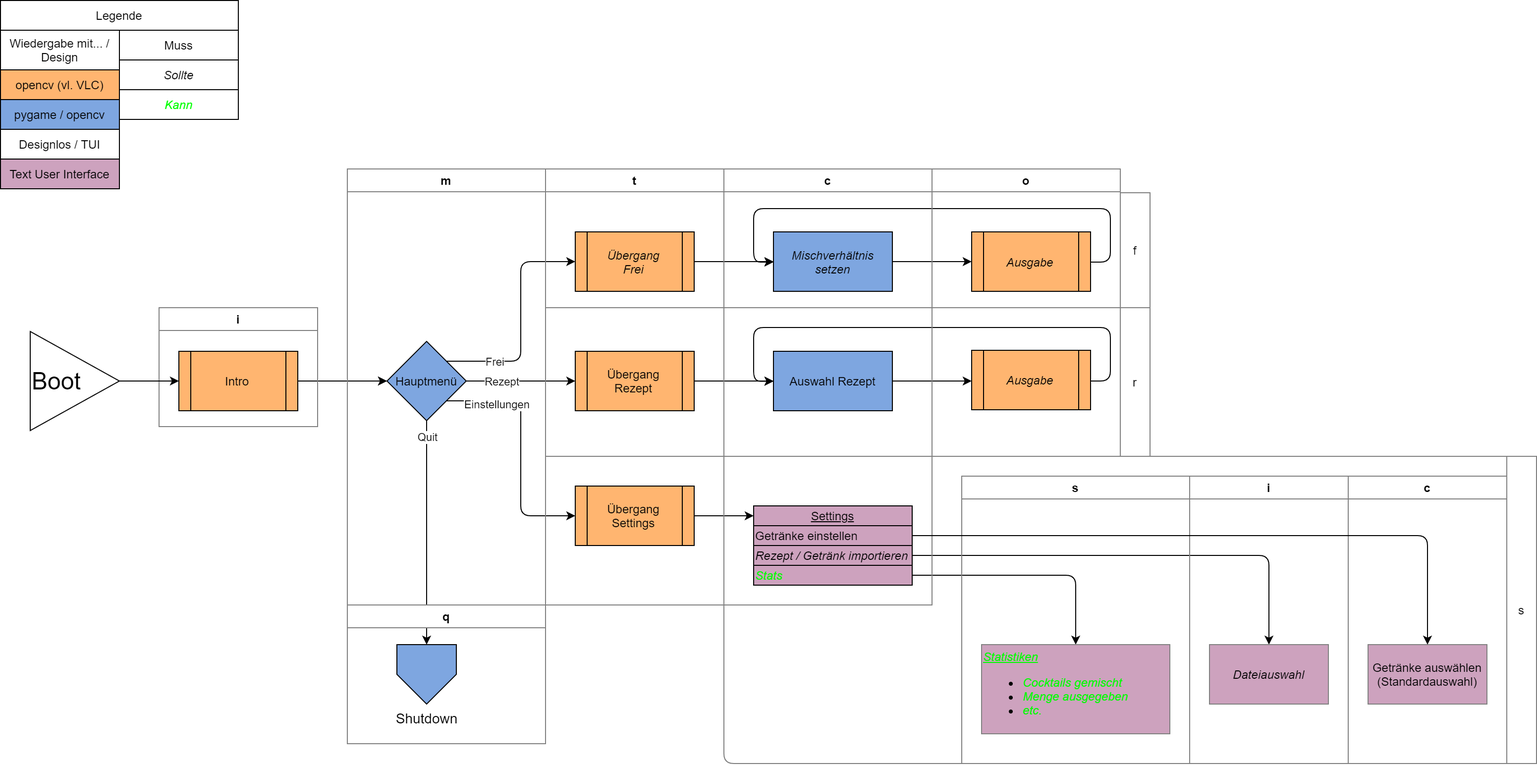
The draw.io diagram documentation/Sourcecode + System/Programmablauf/Programmablauf-Main.png in zauberwild/PaAmEsTiA, before a commit. Source tidied: cells renumbered, new cells last; positions are measured from the earlier drawing's top-left corner, leaving out a move shared by most shapes. The source it was exported from:
```xml
<mxGraphModel background="#ffffff">
  <root>
    <mxCell id="0" />
    <mxCell id="1" parent="0" />
    <mxCell id="2" value="&lt;font style=&quot;font-size: 24px&quot;&gt;Boot&lt;/font&gt;" style="triangle;whiteSpace=wrap;html=1;align=left;" parent="1" vertex="1">
      <mxGeometry x="30" y="334" width="90" height="100" as="geometry" />
    </mxCell>
    <mxCell id="3" style="edgeStyle=orthogonalEdgeStyle;jettySize=auto;html=1;exitX=1;exitY=0.5;exitDx=0;exitDy=0;entryX=0;entryY=0.5;entryDx=0;entryDy=0;" parent="1" edge="1" source="5" target="17">
      <mxGeometry relative="1" as="geometry" />
    </mxCell>
    <mxCell id="4" style="edgeStyle=orthogonalEdgeStyle;jettySize=auto;html=1;" parent="1" edge="1" source="5" target="17">
      <mxGeometry relative="1" as="geometry" />
    </mxCell>
    <mxCell id="5" value="Intro" style="shape=process;whiteSpace=wrap;html=1;backgroundOutline=1;fillColor=#FFB570;" parent="1" vertex="1">
      <mxGeometry x="180" y="354" width="120" height="60" as="geometry" />
    </mxCell>
    <mxCell id="6" value="Wiedergabe mit... / Design" style="whiteSpace=wrap;html=1;fillColor=#FFFFFF;" parent="1" vertex="1">
      <mxGeometry y="30" width="120" height="40" as="geometry" />
    </mxCell>
    <mxCell id="7" value="opencv (vl. VLC)" style="whiteSpace=wrap;html=1;fillColor=#FFB570;" parent="1" vertex="1">
      <mxGeometry y="70" width="120" height="30" as="geometry" />
    </mxCell>
    <mxCell id="8" value="pygame / opencv" style="whiteSpace=wrap;html=1;fillColor=#7EA6E0;" parent="1" vertex="1">
      <mxGeometry y="100" width="120" height="30" as="geometry" />
    </mxCell>
    <mxCell id="9" style="edgeStyle=orthogonalEdgeStyle;jettySize=auto;html=1;exitX=0.5;exitY=1;exitDx=0;exitDy=0;entryX=0.5;entryY=0;entryDx=0;entryDy=0;" parent="1" edge="1" source="17">
      <mxGeometry relative="1" as="geometry">
        <mxPoint x="430" y="650" as="targetPoint" />
      </mxGeometry>
    </mxCell>
    <mxCell id="10" value="Quit" style="edgeLabel;html=1;align=center;verticalAlign=middle;" parent="9" vertex="1">
      <mxGeometry x="-0.4" y="5" relative="1" as="geometry">
        <mxPoint x="-5" y="-52" as="offset" />
      </mxGeometry>
    </mxCell>
    <mxCell id="11" style="edgeStyle=orthogonalEdgeStyle;jettySize=auto;html=1;exitX=1;exitY=0.5;exitDx=0;exitDy=0;entryX=0;entryY=0.5;entryDx=0;entryDy=0;" parent="1" edge="1" source="17" target="19">
      <mxGeometry relative="1" as="geometry" />
    </mxCell>
    <mxCell id="12" value="Rezept" style="edgeLabel;html=1;align=center;verticalAlign=middle;" parent="11" vertex="1">
      <mxGeometry x="-0.35" relative="1" as="geometry" />
    </mxCell>
    <mxCell id="13" style="edgeStyle=orthogonalEdgeStyle;jettySize=auto;html=1;exitX=1;exitY=1;exitDx=0;exitDy=0;entryX=0;entryY=0.5;entryDx=0;entryDy=0;" parent="1" edge="1" source="17" target="23">
      <mxGeometry relative="1" as="geometry" />
    </mxCell>
    <mxCell id="14" value="Einstellungen" style="edgeLabel;html=1;align=center;verticalAlign=middle;" parent="13" vertex="1">
      <mxGeometry x="-0.8" y="-3" relative="1" as="geometry">
        <mxPoint x="25.9" as="offset" />
      </mxGeometry>
    </mxCell>
    <mxCell id="15" style="edgeStyle=orthogonalEdgeStyle;jettySize=auto;html=1;exitX=1;exitY=0;exitDx=0;exitDy=0;entryX=0;entryY=0.5;entryDx=0;entryDy=0;" parent="1" edge="1" source="17" target="21">
      <mxGeometry relative="1" as="geometry" />
    </mxCell>
    <mxCell id="16" value="Frei" style="edgeLabel;html=1;align=center;verticalAlign=middle;" parent="15" vertex="1">
      <mxGeometry x="-0.58" relative="1" as="geometry" />
    </mxCell>
    <mxCell id="17" value="Hauptmenü" style="rhombus;whiteSpace=wrap;html=1;fillColor=#7EA6E0;" parent="1" vertex="1">
      <mxGeometry x="390" y="344" width="80" height="80" as="geometry" />
    </mxCell>
    <mxCell id="18" style="edgeStyle=orthogonalEdgeStyle;jettySize=auto;html=1;" parent="1" edge="1" source="19" target="25">
      <mxGeometry relative="1" as="geometry" />
    </mxCell>
    <mxCell id="19" value="Übergang Rezept" style="shape=process;whiteSpace=wrap;html=1;backgroundOutline=1;fillColor=#FFB570;" parent="1" vertex="1">
      <mxGeometry x="580" y="354" width="120" height="60" as="geometry" />
    </mxCell>
    <mxCell id="20" style="edgeStyle=orthogonalEdgeStyle;jettySize=auto;html=1;exitX=1;exitY=0.5;exitDx=0;exitDy=0;entryX=0;entryY=0.5;entryDx=0;entryDy=0;" parent="1" edge="1" source="21" target="28">
      <mxGeometry relative="1" as="geometry" />
    </mxCell>
    <mxCell id="21" value="&lt;i&gt;Übergang&lt;br&gt;Frei&lt;/i&gt;" style="shape=process;whiteSpace=wrap;html=1;backgroundOutline=1;fillColor=#FFB570;" parent="1" vertex="1">
      <mxGeometry x="580" y="233.5" width="120" height="60" as="geometry" />
    </mxCell>
    <mxCell id="22" style="edgeStyle=orthogonalEdgeStyle;jettySize=auto;html=1;" parent="1" edge="1" source="23" target="43">
      <mxGeometry relative="1" as="geometry" />
    </mxCell>
    <mxCell id="23" value="Übergang Settings" style="shape=process;whiteSpace=wrap;html=1;backgroundOutline=1;fillColor=#FFB570;" parent="1" vertex="1">
      <mxGeometry x="580" y="490" width="120" height="60" as="geometry" />
    </mxCell>
    <mxCell id="24" style="edgeStyle=orthogonalEdgeStyle;jettySize=auto;html=1;" parent="1" edge="1" source="25">
      <mxGeometry relative="1" as="geometry">
        <mxPoint x="980" y="384" as="targetPoint" />
      </mxGeometry>
    </mxCell>
    <mxCell id="25" value="Auswahl Rezept" style="whiteSpace=wrap;html=1;fillColor=#7EA6E0;" parent="1" vertex="1">
      <mxGeometry x="780" y="354" width="120" height="60" as="geometry" />
    </mxCell>
    <mxCell id="26" style="edgeStyle=orthogonalEdgeStyle;orthogonalLoop=1;jettySize=auto;html=1;exitX=1;exitY=0.5;exitDx=0;exitDy=0;strokeColor=#000000;" parent="1" edge="1">
      <mxGeometry relative="1" as="geometry">
        <mxPoint x="1100" y="384" as="sourcePoint" />
        <mxPoint x="780" y="384.3" as="targetPoint" />
        <Array as="points">
          <mxPoint x="1120" y="384" />
          <mxPoint x="1120" y="330" />
          <mxPoint x="760" y="330" />
          <mxPoint x="760" y="384" />
        </Array>
      </mxGeometry>
    </mxCell>
    <mxCell id="27" style="edgeStyle=orthogonalEdgeStyle;jettySize=auto;html=1;" parent="1" edge="1" source="28">
      <mxGeometry relative="1" as="geometry">
        <mxPoint x="980" y="263.5" as="targetPoint" />
      </mxGeometry>
    </mxCell>
    <mxCell id="28" value="&lt;i&gt;Mischverhältnis setzen&lt;/i&gt;" style="whiteSpace=wrap;html=1;fillColor=#7EA6E0;" parent="1" vertex="1">
      <mxGeometry x="780" y="233.5" width="120" height="60" as="geometry" />
    </mxCell>
    <mxCell id="29" value="Legende" style="whiteSpace=wrap;html=1;fillColor=#FFFFFF;" parent="1" vertex="1">
      <mxGeometry width="240" height="30" as="geometry" />
    </mxCell>
    <mxCell id="30" value="&lt;i&gt;&lt;font color=&quot;#00ff00&quot;&gt;Kann&lt;/font&gt;&lt;/i&gt;" style="whiteSpace=wrap;html=1;fillColor=#FFFFFF;" parent="1" vertex="1">
      <mxGeometry x="120" y="90" width="120" height="30" as="geometry" />
    </mxCell>
    <mxCell id="31" value="&lt;i&gt;Sollte&lt;/i&gt;" style="whiteSpace=wrap;html=1;fillColor=#FFFFFF;" parent="1" vertex="1">
      <mxGeometry x="120" y="60" width="120" height="30" as="geometry" />
    </mxCell>
    <mxCell id="32" style="edgeStyle=orthogonalEdgeStyle;jettySize=auto;html=1;exitX=1;exitY=0.5;exitDx=0;exitDy=0;entryX=0.5;entryY=0;entryDx=0;entryDy=0;strokeColor=#000000;" parent="1" edge="1" source="40" target="56">
      <mxGeometry relative="1" as="geometry" />
    </mxCell>
    <mxCell id="33" style="edgeStyle=orthogonalEdgeStyle;jettySize=auto;html=1;exitX=1;exitY=0.5;exitDx=0;exitDy=0;entryX=0.5;entryY=0;entryDx=0;entryDy=0;strokeColor=#000000;" parent="1" edge="1" source="42" target="53">
      <mxGeometry relative="1" as="geometry" />
    </mxCell>
    <mxCell id="34" value="Muss" style="whiteSpace=wrap;html=1;fillColor=#FFFFFF;" parent="1" vertex="1">
      <mxGeometry x="120" y="30" width="120" height="30" as="geometry" />
    </mxCell>
    <mxCell id="35" value="i" style="swimlane;shadow=0;strokeColor=#808080;fillColor=none;" parent="1" vertex="1">
      <mxGeometry x="160" y="310" width="160" height="120" as="geometry" />
    </mxCell>
    <mxCell id="36" value="m" style="swimlane;shadow=0;strokeColor=#808080;fillColor=none;" parent="1" vertex="1">
      <mxGeometry x="350" y="170" width="200" height="440" as="geometry" />
    </mxCell>
    <mxCell id="37" value="t" style="swimlane;shadow=0;strokeColor=#808080;fillColor=none;" parent="1" vertex="1">
      <mxGeometry x="550" y="170" width="180" height="440" as="geometry" />
    </mxCell>
    <mxCell id="38" value="c" style="swimlane;shadow=0;strokeColor=#808080;fillColor=none;" parent="1" vertex="1">
      <mxGeometry x="730" y="170" width="210" height="440" as="geometry" />
    </mxCell>
    <mxCell id="39" style="edgeStyle=orthogonalEdgeStyle;orthogonalLoop=1;jettySize=auto;html=1;exitX=1;exitY=0.5;exitDx=0;exitDy=0;strokeColor=#000000;" parent="38" edge="1">
      <mxGeometry relative="1" as="geometry">
        <mxPoint x="370" y="94" as="sourcePoint" />
        <mxPoint x="50" y="94" as="targetPoint" />
        <Array as="points">
          <mxPoint x="390" y="94" />
          <mxPoint x="390" y="40" />
          <mxPoint x="30" y="40" />
          <mxPoint x="30" y="94" />
        </Array>
      </mxGeometry>
    </mxCell>
    <mxCell id="40" value="&lt;i&gt;Rezept / Getränk&amp;nbsp;importieren&lt;/i&gt;" style="whiteSpace=wrap;html=1;fillColor=#CDA2BE;align=left;" parent="38" vertex="1">
      <mxGeometry x="30" y="380" width="160" height="20" as="geometry" />
    </mxCell>
    <mxCell id="41" value="Getränke einstellen" style="whiteSpace=wrap;html=1;fillColor=#CDA2BE;align=left;" parent="38" vertex="1">
      <mxGeometry x="30" y="360" width="160" height="20" as="geometry" />
    </mxCell>
    <mxCell id="42" value="&lt;i&gt;&lt;font color=&quot;#00ff00&quot;&gt;Stats&lt;/font&gt;&lt;/i&gt;" style="whiteSpace=wrap;html=1;fillColor=#CDA2BE;align=left;" parent="38" vertex="1">
      <mxGeometry x="30" y="400" width="160" height="20" as="geometry" />
    </mxCell>
    <mxCell id="43" value="&lt;u&gt;Settings&lt;/u&gt;" style="whiteSpace=wrap;html=1;fillColor=#CDA2BE;" parent="38" vertex="1">
      <mxGeometry x="30" y="340" width="160" height="20" as="geometry" />
    </mxCell>
    <mxCell id="44" value="o" style="swimlane;shadow=0;strokeColor=#808080;fillColor=none;" parent="1" vertex="1">
      <mxGeometry x="940" y="170" width="190" height="290" as="geometry" />
    </mxCell>
    <mxCell id="45" value="&lt;i&gt;Ausgabe&lt;/i&gt;" style="shape=process;whiteSpace=wrap;html=1;backgroundOutline=1;fillColor=#FFB570;" parent="44" vertex="1">
      <mxGeometry x="40" y="63.5" width="120" height="60" as="geometry" />
    </mxCell>
    <mxCell id="46" value="&lt;i&gt;Ausgabe&lt;/i&gt;" style="shape=process;whiteSpace=wrap;html=1;backgroundOutline=1;fillColor=#FFB570;" parent="44" vertex="1">
      <mxGeometry x="40" y="183" width="120" height="60" as="geometry" />
    </mxCell>
    <mxCell id="47" style="endArrow=none;html=1;strokeColor=#808080;" parent="1" edge="1">
      <mxGeometry relative="1" as="geometry">
        <mxPoint x="550" y="310" as="sourcePoint" />
        <mxPoint x="1130" y="310" as="targetPoint" />
      </mxGeometry>
    </mxCell>
    <mxCell id="48" style="endArrow=none;html=1;strokeColor=#808080;" parent="1" edge="1">
      <mxGeometry relative="1" as="geometry">
        <mxPoint x="550" y="460" as="sourcePoint" />
        <mxPoint x="940" y="460" as="targetPoint" />
      </mxGeometry>
    </mxCell>
    <mxCell id="49" value="&lt;font style=&quot;font-size: 14px&quot;&gt;Shutdown&lt;br&gt;&lt;/font&gt;" style="verticalLabelPosition=bottom;verticalAlign=top;html=1;shape=offPageConnector;size=0.5;fillColor=#7EA6E0;" parent="1" vertex="1">
      <mxGeometry x="400" y="650" width="60" height="60" as="geometry" />
    </mxCell>
    <mxCell id="50" value="r" style="whiteSpace=wrap;html=1;shadow=0;strokeColor=#808080;fillColor=none;" parent="1" vertex="1">
      <mxGeometry x="1130" y="310" width="30" height="150" as="geometry" />
    </mxCell>
    <mxCell id="51" value="s" style="whiteSpace=wrap;html=1;shadow=0;strokeColor=#808080;fillColor=none;" parent="1" vertex="1">
      <mxGeometry x="1520" y="460" width="30" height="310" as="geometry" />
    </mxCell>
    <mxCell id="52" value="f" style="whiteSpace=wrap;html=1;shadow=0;strokeColor=#808080;fillColor=none;" parent="1" vertex="1">
      <mxGeometry x="1130" y="194" width="30" height="116" as="geometry" />
    </mxCell>
    <mxCell id="53" value="&lt;i&gt;&lt;font color=&quot;#00ff00&quot;&gt;&lt;u&gt;Statistiken&lt;/u&gt;&lt;br&gt;&lt;/font&gt;&lt;/i&gt;&lt;ul&gt;&lt;li&gt;&lt;i&gt;&lt;font color=&quot;#00ff00&quot;&gt;Cocktails gemischt&lt;/font&gt;&lt;/i&gt;&lt;/li&gt;&lt;li&gt;&lt;i&gt;&lt;font color=&quot;#00ff00&quot;&gt;Menge ausgegeben&lt;/font&gt;&lt;/i&gt;&lt;/li&gt;&lt;li&gt;&lt;i&gt;&lt;font color=&quot;#00ff00&quot;&gt;etc.&lt;/font&gt;&lt;/i&gt;&lt;/li&gt;&lt;/ul&gt;" style="whiteSpace=wrap;html=1;shadow=0;strokeColor=#808080;fillColor=#CDA2BE;align=left;" parent="1" vertex="1">
      <mxGeometry x="990" y="650" width="190" height="90" as="geometry" />
    </mxCell>
    <mxCell id="54" value="s" style="swimlane;shadow=0;strokeColor=#808080;fillColor=none;" parent="1" vertex="1">
      <mxGeometry x="970" y="480" width="230" height="290" as="geometry" />
    </mxCell>
    <mxCell id="55" value="i" style="swimlane;shadow=0;strokeColor=#808080;fillColor=none;" parent="54" vertex="1">
      <mxGeometry x="230" width="160" height="290" as="geometry" />
    </mxCell>
    <mxCell id="56" value="&lt;i&gt;Dateiauswahl&lt;/i&gt;" style="whiteSpace=wrap;html=1;shadow=0;strokeColor=#808080;fillColor=#CDA2BE;" parent="55" vertex="1">
      <mxGeometry x="20" y="170" width="120" height="60" as="geometry" />
    </mxCell>
    <mxCell id="57" style="endArrow=none;html=1;strokeColor=#808080;exitX=1;exitY=1;exitDx=0;exitDy=0;entryX=0;entryY=0;entryDx=0;entryDy=0;" parent="1" edge="1" source="50" target="51">
      <mxGeometry relative="1" as="geometry" />
    </mxCell>
    <mxCell id="58" style="endArrow=none;html=1;strokeColor=#808080;exitX=0;exitY=1;exitDx=0;exitDy=0;entryX=0;entryY=1;entryDx=0;entryDy=0;edgeStyle=orthogonalEdgeStyle;" parent="1" edge="1" source="54" target="38">
      <mxGeometry relative="1" as="geometry">
        <Array as="points">
          <mxPoint x="730" y="770" />
        </Array>
      </mxGeometry>
    </mxCell>
    <mxCell id="59" value="Designlos / TUI" style="whiteSpace=wrap;html=1;fillColor=none;" parent="1" vertex="1">
      <mxGeometry y="130" width="120" height="30" as="geometry" />
    </mxCell>
    <mxCell id="60" value="Text User Interface" style="whiteSpace=wrap;html=1;fillColor=#CDA2BE;" parent="1" vertex="1">
      <mxGeometry y="160" width="120" height="30" as="geometry" />
    </mxCell>
    <mxCell id="61" style="endArrow=classic;html=1;exitX=1;exitY=0.5;exitDx=0;exitDy=0;" parent="1" edge="1" source="2" target="5">
      <mxGeometry relative="1" as="geometry" />
    </mxCell>
    <mxCell id="62" value="c" style="swimlane;shadow=0;strokeColor=#808080;fillColor=none;" parent="1" vertex="1">
      <mxGeometry x="1360" y="480" width="160" height="290" as="geometry" />
    </mxCell>
    <mxCell id="63" value="Getränke auswählen&lt;br&gt;(Standardauswahl)" style="whiteSpace=wrap;html=1;shadow=0;strokeColor=#808080;fillColor=#CDA2BE;" parent="62" vertex="1">
      <mxGeometry x="20" y="170" width="120" height="60" as="geometry" />
    </mxCell>
    <mxCell id="64" style="edgeStyle=orthogonalEdgeStyle;jettySize=auto;html=1;exitX=1;exitY=0.5;exitDx=0;exitDy=0;entryX=0.5;entryY=0;entryDx=0;entryDy=0;strokeColor=#000000;" parent="1" edge="1" source="41" target="63">
      <mxGeometry relative="1" as="geometry" />
    </mxCell>
    <mxCell id="65" value="q" style="swimlane;strokeColor=#808080;" parent="1" vertex="1">
      <mxGeometry x="350" y="610" width="200" height="140" as="geometry" />
    </mxCell>
  </root>
</mxGraphModel>
```
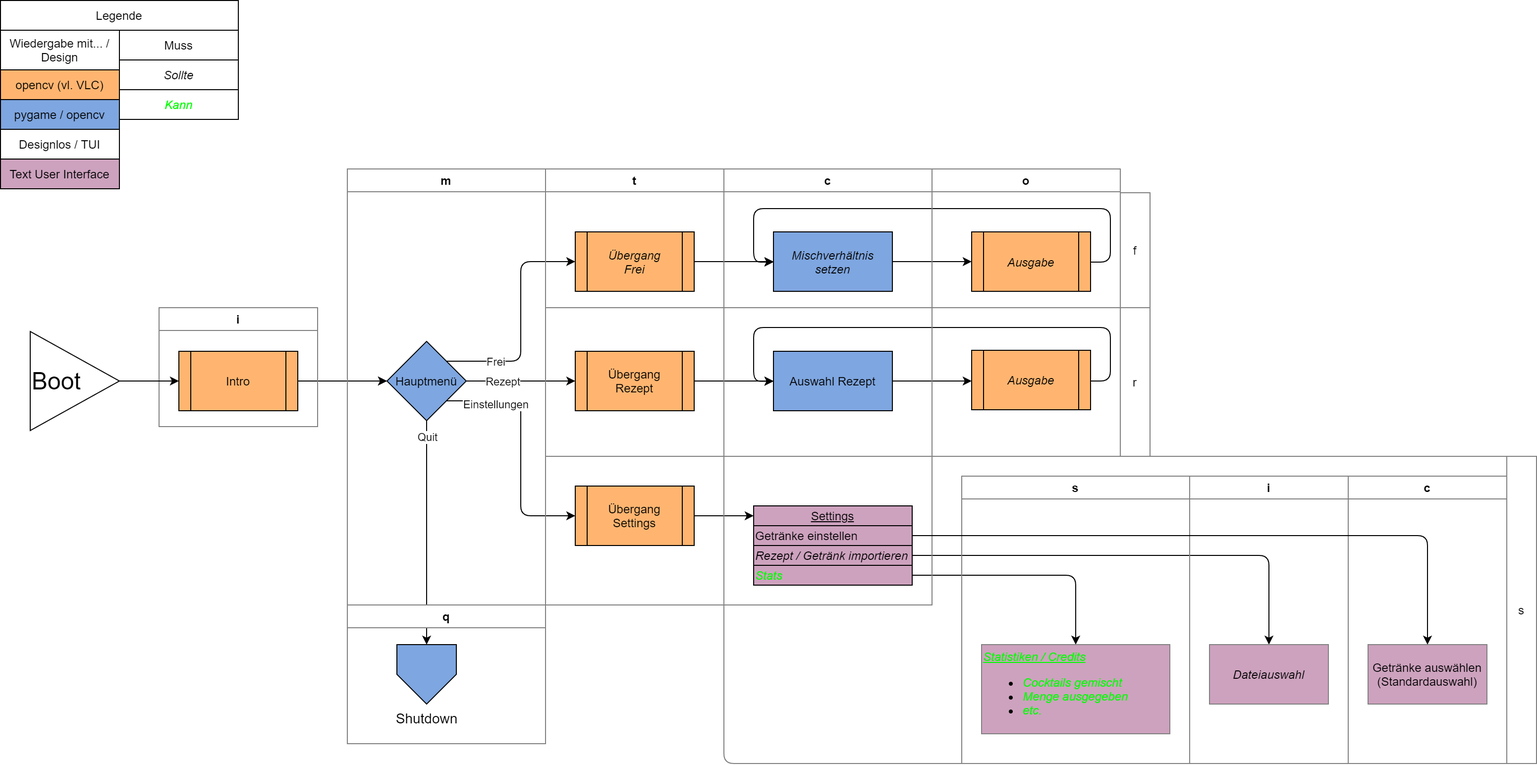
Later version of the same file.

Change to the diagram source:
```diff
@@ -189,7 +189,7 @@
     <mxCell id="52" value="f" style="whiteSpace=wrap;html=1;shadow=0;strokeColor=#808080;fillColor=none;" parent="1" vertex="1">
       <mxGeometry x="1130" y="194" width="30" height="116" as="geometry" />
     </mxCell>
-    <mxCell id="53" value="&lt;i&gt;&lt;font color=&quot;#00ff00&quot;&gt;&lt;u&gt;Statistiken&lt;/u&gt;&lt;br&gt;&lt;/font&gt;&lt;/i&gt;&lt;ul&gt;&lt;li&gt;&lt;i&gt;&lt;font color=&quot;#00ff00&quot;&gt;Cocktails gemischt&lt;/font&gt;&lt;/i&gt;&lt;/li&gt;&lt;li&gt;&lt;i&gt;&lt;font color=&quot;#00ff00&quot;&gt;Menge ausgegeben&lt;/font&gt;&lt;/i&gt;&lt;/li&gt;&lt;li&gt;&lt;i&gt;&lt;font color=&quot;#00ff00&quot;&gt;etc.&lt;/font&gt;&lt;/i&gt;&lt;/li&gt;&lt;/ul&gt;" style="whiteSpace=wrap;html=1;shadow=0;strokeColor=#808080;fillColor=#CDA2BE;align=left;" parent="1" vertex="1">
+    <mxCell id="53" value="&lt;i&gt;&lt;font color=&quot;#00ff00&quot;&gt;&lt;u&gt;Statistiken / Credits&lt;/u&gt;&lt;br&gt;&lt;/font&gt;&lt;/i&gt;&lt;ul&gt;&lt;li&gt;&lt;i&gt;&lt;font color=&quot;#00ff00&quot;&gt;Cocktails gemischt&lt;/font&gt;&lt;/i&gt;&lt;/li&gt;&lt;li&gt;&lt;i&gt;&lt;font color=&quot;#00ff00&quot;&gt;Menge ausgegeben&lt;/font&gt;&lt;/i&gt;&lt;/li&gt;&lt;li&gt;&lt;i&gt;&lt;font color=&quot;#00ff00&quot;&gt;etc.&lt;/font&gt;&lt;/i&gt;&lt;/li&gt;&lt;/ul&gt;" style="whiteSpace=wrap;html=1;shadow=0;strokeColor=#808080;fillColor=#CDA2BE;align=left;" parent="1" vertex="1">
       <mxGeometry x="990" y="650" width="190" height="90" as="geometry" />
     </mxCell>
     <mxCell id="54" value="s" style="swimlane;shadow=0;strokeColor=#808080;fillColor=none;" parent="1" vertex="1">
```
